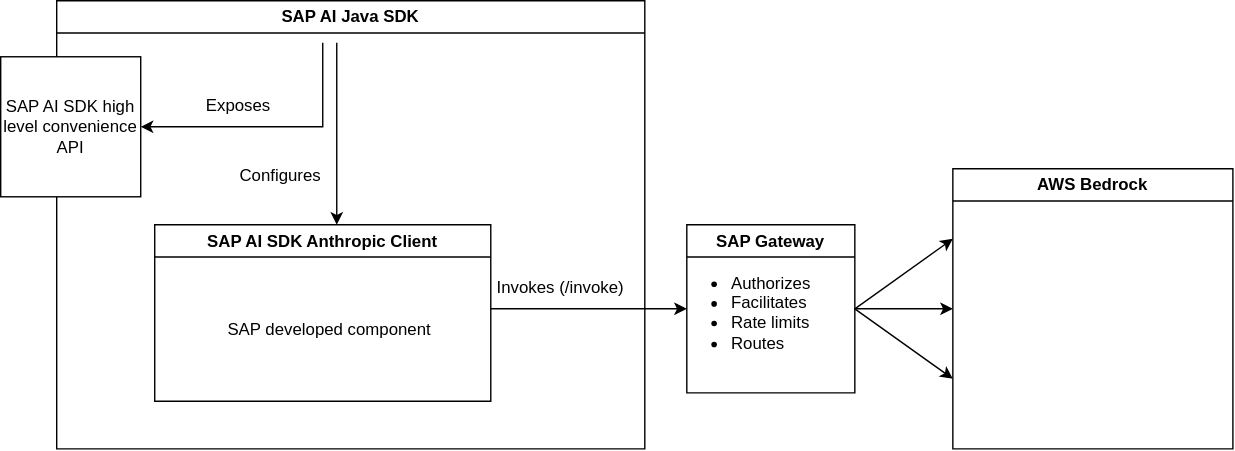
The draw.io diagram docs/adrs/images/option_a.drawio.svg in SAP/ai-sdk-java, before a commit. Source tidied: cells renumbered, new cells last; positions are measured from the earlier drawing's top-left corner, leaving out a move shared by most shapes.
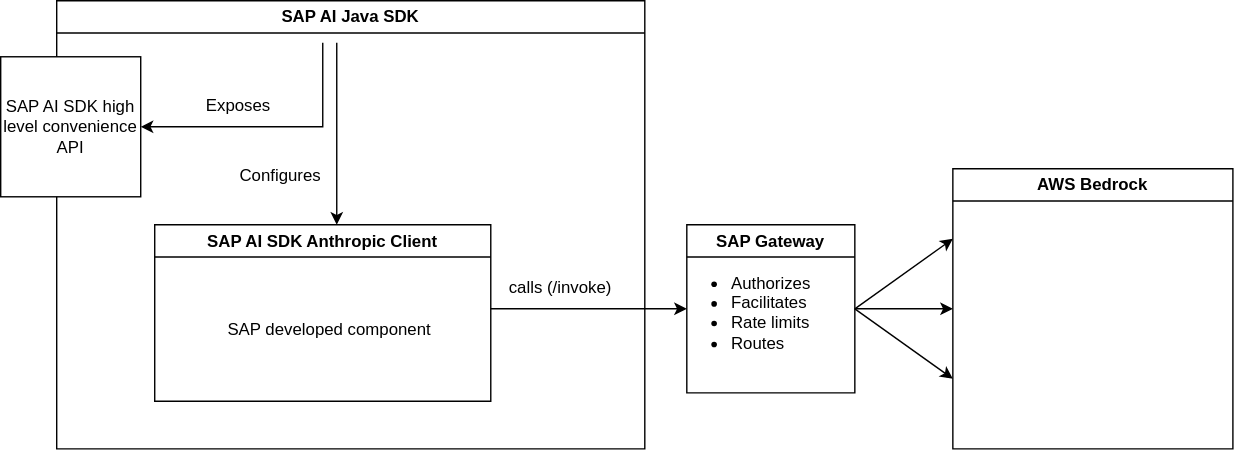
After the commit.

Diff of the diagram source:
```diff
@@ -22,7 +22,7 @@
         <mxPoint x="310" y="220" as="sourcePoint" />
       </mxGeometry>
     </mxCell>
-    <mxCell id="8" value="Invokes (/invoke)" style="text;html=1;whiteSpace=wrap;strokeColor=none;fillColor=none;align=center;verticalAlign=middle;rounded=0;" parent="3" vertex="1">
+    <mxCell id="8" value="calls (/invoke)" style="text;html=1;whiteSpace=wrap;strokeColor=none;fillColor=none;align=center;verticalAlign=middle;rounded=0;" parent="3" vertex="1">
       <mxGeometry x="310" y="190" width="100" height="30" as="geometry" />
     </mxCell>
     <mxCell id="9" value="SAP developed component" style="text;html=1;whiteSpace=wrap;strokeColor=none;fillColor=none;align=center;verticalAlign=middle;rounded=0;" parent="3" vertex="1">
```
